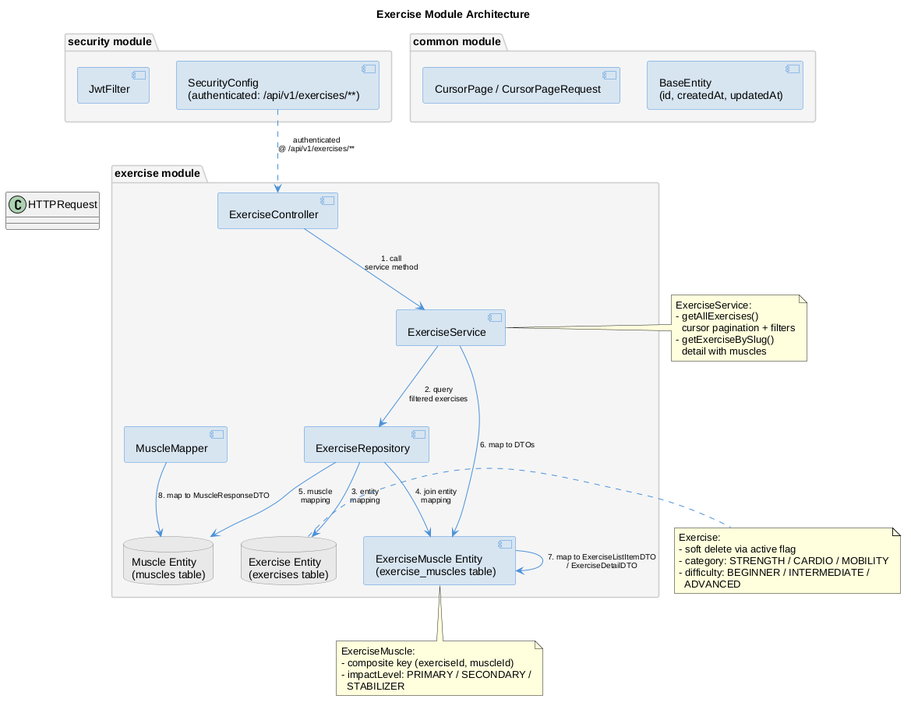
Above: docs/exercise/exercise-architecture.png in genesshoan/fitness-tracker-api (PlantUML), before the change.
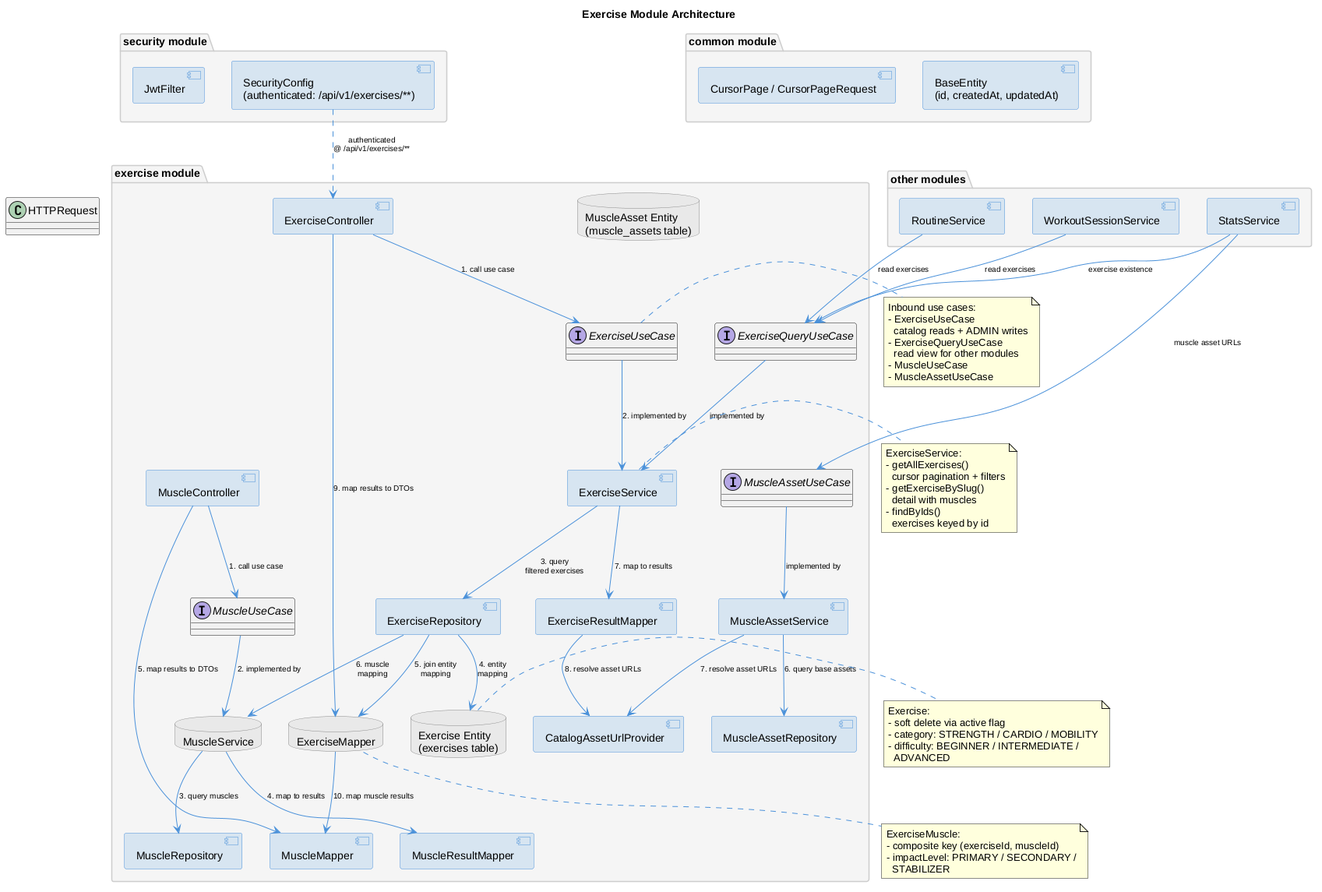
The same file after the commit.

Commit message:
docs: regenerate exercise module diagrams from updated sources

Change to the diagram source:
```diff
@@ -7,6 +7,10 @@
 skinparam component {
     BackgroundColor #D6E4F0
     BorderColor #4A90D9
+}
+skinparam interface {
+    BackgroundColor #E8F4E8
+    BorderColor #5AA55A
 }
 skinparam database {
     BackgroundColor #E8E8E8
@@ -26,10 +30,52 @@
     component "ExerciseController" as exc {
     }
 
+    component "MuscleController" as muc {
+    }
+
+    interface "ExerciseUseCase" as exuc {
+    }
+
+    interface "ExerciseQueryUseCase" as exquc {
+    }
+
+    interface "MuscleUseCase" as muuc {
+    }
+
+    interface "MuscleAssetUseCase" as mauc {
+    }
+
     component "ExerciseService" as exs {
     }
 
+    component "MuscleService" as mus {
+    }
+
+    component "MuscleAssetService" as mas {
+    }
+
     component "ExerciseRepository" as exr {
+    }
+
+    component "MuscleRepository" as mur {
+    }
+
+    component "MuscleAssetRepository" as mar {
+    }
+
+    component "ExerciseResultMapper" as erm {
+    }
+
+    component "MuscleResultMapper" as mrm {
+    }
+
+    component "ExerciseMapper" as exm {
+    }
+
+    component "MuscleMapper" as mm {
+    }
+
+    component "CatalogAssetUrlProvider" as caup {
     }
 
     database "Exercise Entity\n(exercises table)" as ex {
@@ -41,10 +87,18 @@
     database "Muscle Entity\n(muscles table)" as mus {
     }
 
-    component "ExerciseMapper" as exm {
+    database "MuscleAsset Entity\n(muscle_assets table)" as musa {
+    }
+}
+
+package "other modules" as othmod {
+    component "RoutineService" as ros {
     }
 
-    component "MuscleMapper" as mm {
+    component "WorkoutSessionService" as wos {
+    }
+
+    component "StatsService" as sts {
     }
 }
 
@@ -70,15 +124,42 @@
 HTTPRequest -[hidden]> exc : HTTP\nRequest
 sc ..> exc : authenticated\n@ /api/v1/exercises/**
 
-exc --> exs : 1. call\nservice method
-exs --> exr : 2. query\nfiltered exercises
-exr --> ex : 3. entity\nmapping
-exr --> exm : 4. join entity\nmapping
-exr --> mus : 5. muscle\nmapping
+exc --> exuc : 1. call use case
+exuc --> exs : 2. implemented by
+exs --> exr : 3. query\nfiltered exercises
+exr --> ex : 4. entity\nmapping
+exr --> exm : 5. join entity\nmapping
+exr --> mus : 6. muscle\nmapping
 
-exs --> exm : 6. map to DTOs
-exm --> exm : 7. map to ExerciseListItemDTO\n/ ExerciseDetailDTO
-mm --> mus : 8. map to MuscleResponseDTO
+exs --> erm : 7. map to results
+erm --> caup : 8. resolve asset URLs
+exc --> exm : 9. map results to DTOs
+exm --> mm : 10. map muscle results
+
+muc --> muuc : 1. call use case
+muuc --> mus : 2. implemented by
+mus --> mur : 3. query muscles
+mus --> mrm : 4. map to results
+muc --> mm : 5. map results to DTOs
+
+ros --> exquc : read exercises
+wos --> exquc : read exercises
+sts --> exquc : exercise existence
+sts --> mauc : muscle asset URLs
+exquc --> exs : implemented by
+mauc --> mas : implemented by
+mas --> mar : 6. query base assets
+mas --> caup : 7. resolve asset URLs
+
+note right of exuc
+  Inbound use cases:
+  - ExerciseUseCase
+    catalog reads + ADMIN writes
+  - ExerciseQueryUseCase
+    read view for other modules
+  - MuscleUseCase
+  - MuscleAssetUseCase
+end note
 
 note right of exs
   ExerciseService:
@@ -86,6 +167,8 @@
     cursor pagination + filters
   - getExerciseBySlug()
     detail with muscles
+  - findByIds()
+    exercises keyed by id
 end note
 
 note bottom of exm
```
